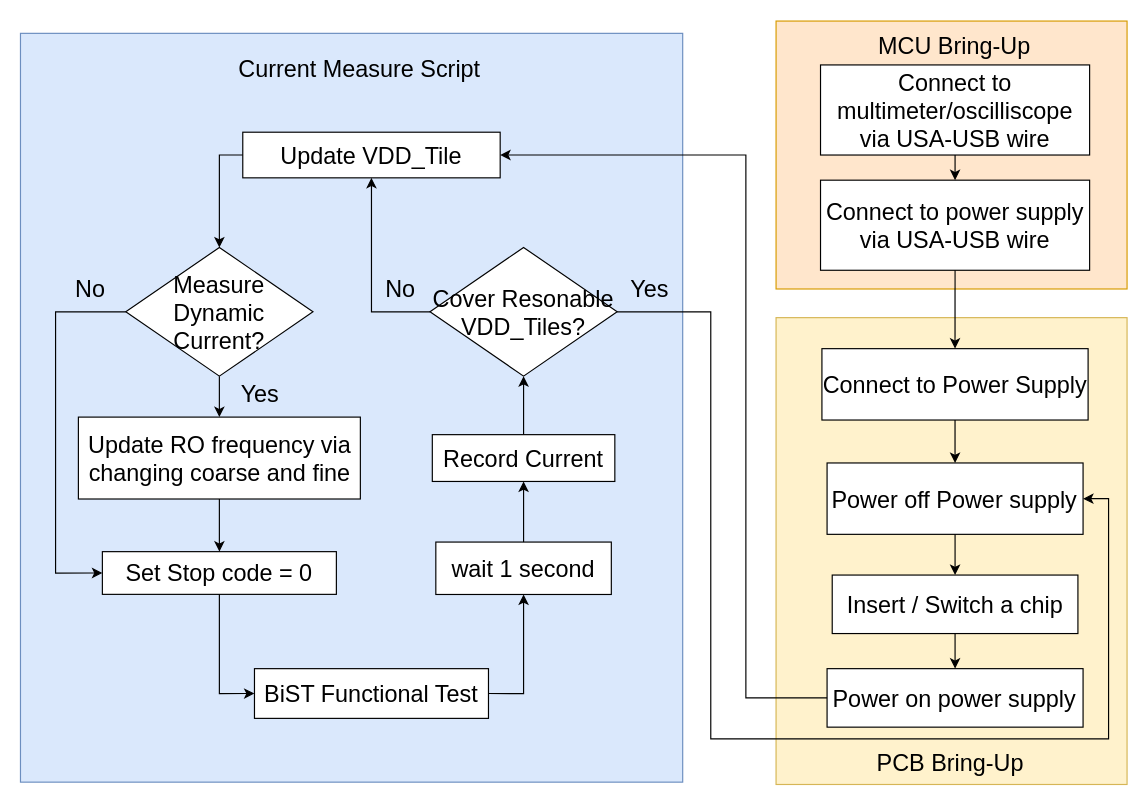
Earlier version of the draw.io diagram page "leakage_dynamic_current" (2 of 3) of lecture/images/presentation_diagrams.drawio (1102131860/Validation_Chip_Characteristics). Source tidied: cells renumbered, new cells numbered last; positions are measured from the earlier drawing's top-left corner, leaving out a move shared by most shapes. Both pictures are drawn from the tidied source at 117%, with x=0, y=0 at pixel (20, 20).
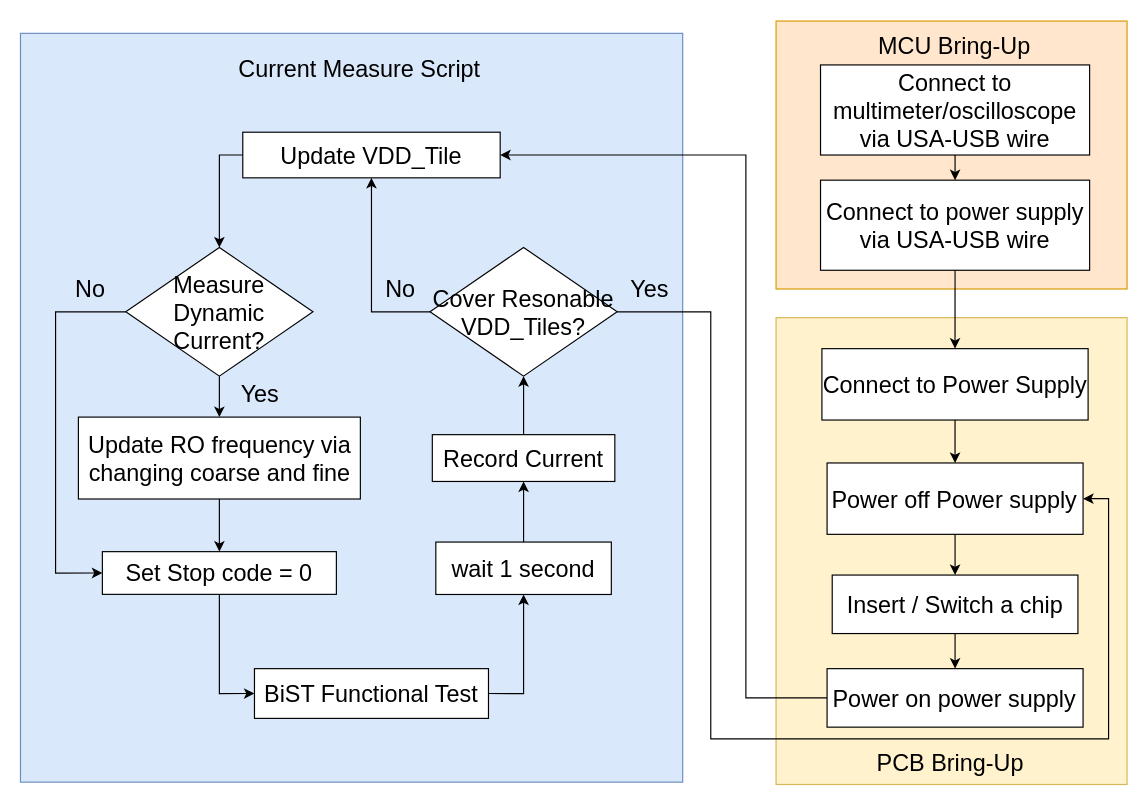
The same page after the edit.

What changed in the source:
```diff
@@
-    <mxCell id="18" value="&lt;font style=&quot;font-size: 20px;&quot;&gt;Connect to multimeter/oscilliscope via&amp;nbsp;&lt;/font&gt;&lt;span style=&quot;font-size: 20px;&quot;&gt;USA-USB wire&lt;/span&gt;" style="rounded=0;whiteSpace=wrap;html=1;" parent="1" vertex="1">
+    <mxCell id="18" value="&lt;font style=&quot;font-size: 20px;&quot;&gt;Connect to multimeter/oscilloscope via&amp;nbsp;&lt;/font&gt;&lt;span style=&quot;font-size: 20px;&quot;&gt;USA-USB wire&lt;/span&gt;" style="rounded=0;whiteSpace=wrap;html=1;" parent="1" vertex="1">
       <mxGeometry x="683.8" y="38" width="230" height="77" as="geometry" />
     </mxCell>
```
